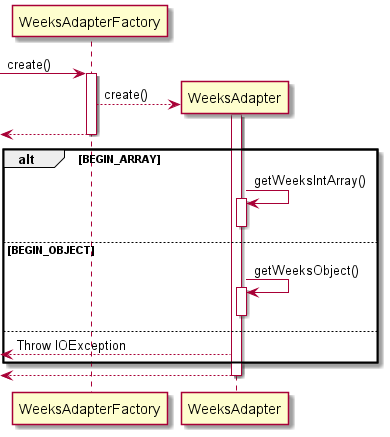
The PlantUML diagram docs/uml-diagrams/WeeksRead.png in nus-cs2113-AY2122S1/tp, before a commit. The source it was exported from:
```plantuml
@startuml

[-> WeeksAdapterFactory : create()
activate WeeksAdapterFactory

WeeksAdapterFactory --> WeeksAdapter** : create()
activate WeeksAdapter

<-- WeeksAdapterFactory
deactivate WeeksAdapterFactory

alt BEGIN_ARRAY
    WeeksAdapter -> WeeksAdapter : getWeeksIntArray()
    activate WeeksAdapter
    deactivate WeeksAdapter
else BEGIN_OBJECT
    WeeksAdapter -> WeeksAdapter : getWeeksObject()
    activate WeeksAdapter
    deactivate WeeksAdapter
else
    <-- WeeksAdapter : Throw IOException
end

<-- WeeksAdapter
deactivate WeeksAdapter

@enduml
```
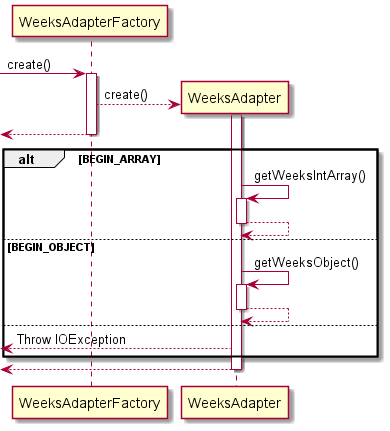
The same file after the commit.

What changed in the source:
```diff
@@ -12,10 +12,12 @@
 alt BEGIN_ARRAY
     WeeksAdapter -> WeeksAdapter : getWeeksIntArray()
     activate WeeksAdapter
+    WeeksAdapter --> WeeksAdapter
     deactivate WeeksAdapter
 else BEGIN_OBJECT
     WeeksAdapter -> WeeksAdapter : getWeeksObject()
     activate WeeksAdapter
+    WeeksAdapter --> WeeksAdapter
     deactivate WeeksAdapter
 else
     <-- WeeksAdapter : Throw IOException
```
